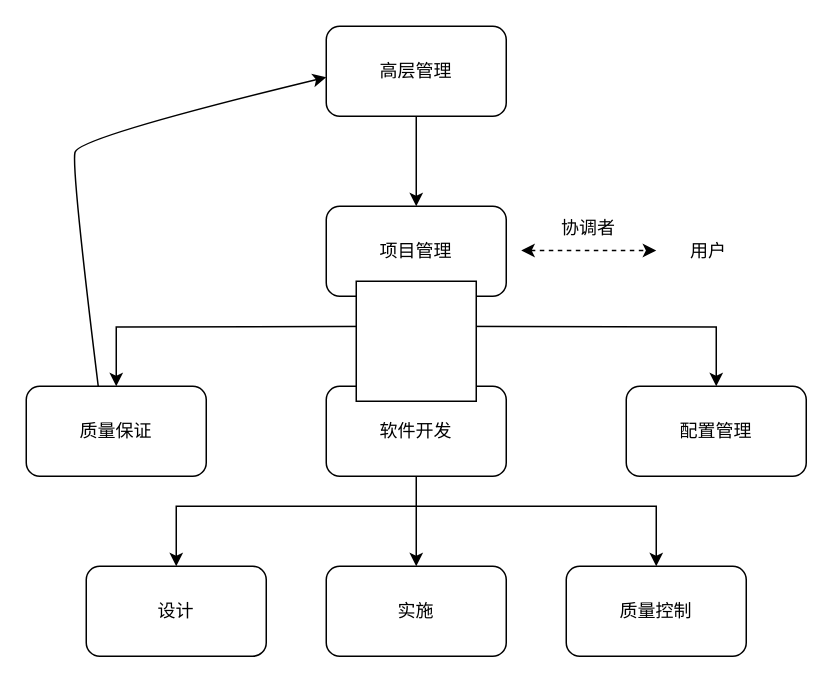
Earlier version of the draw.io diagram 人力资源.drawio (isugarbox/diagrams). Source tidied: cells renumbered, new cells numbered last; positions are measured from the earlier drawing's top-left corner, leaving out a move shared by most shapes. Both pictures are drawn from the tidied source at 150%, with x=0, y=0 at pixel (26, 26).
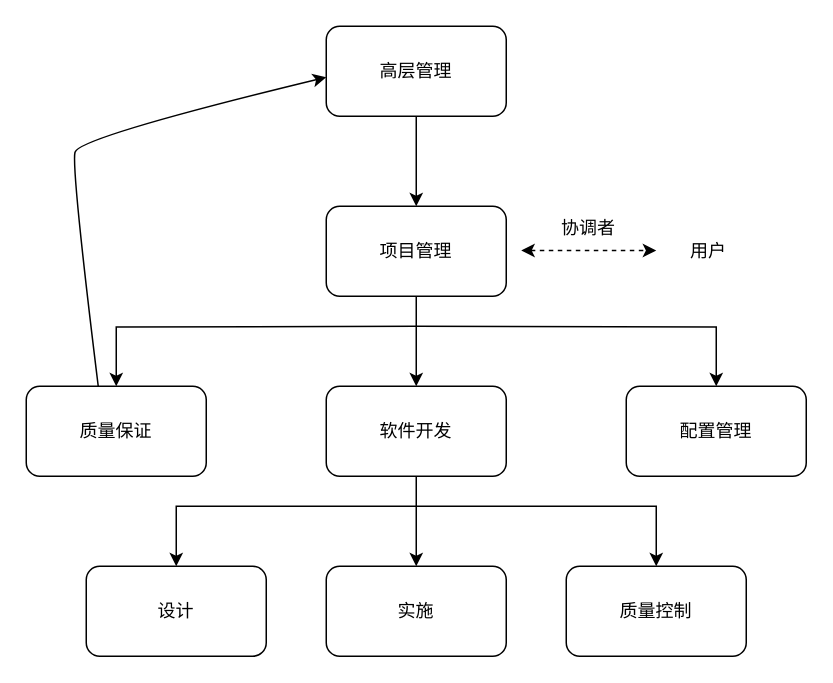
Above is the later version.

Commit message (it also covers changes not shown here):
更新人力资源.drawio

What changed in the source:
```diff
@@
-    <mxCell id="19" style="whiteSpace=wrap;html=1;" parent="1" vertex="1">
-      <mxGeometry x="220" y="170" width="80" height="80" as="geometry" />
-    </mxCell>
```
